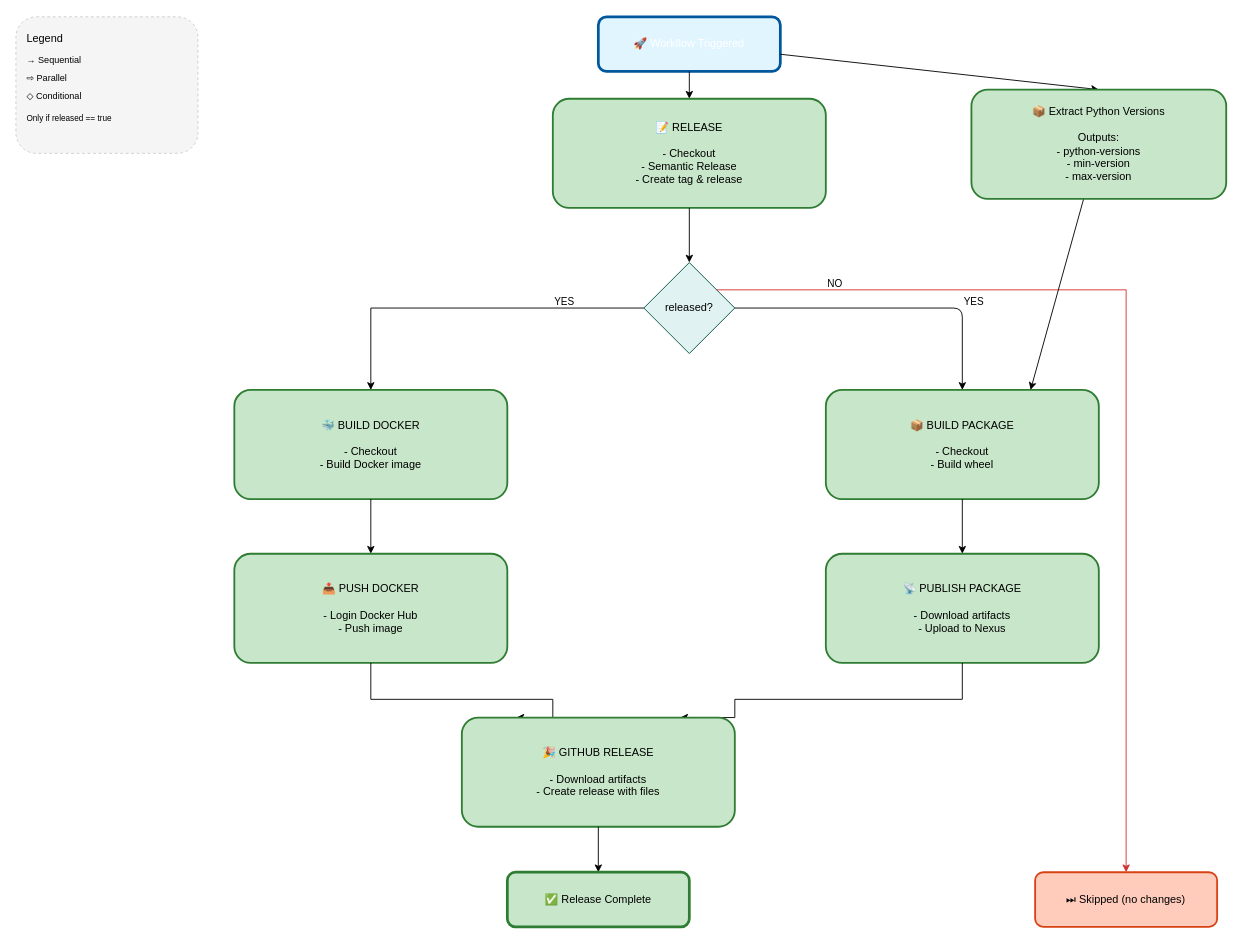
m4nh/shared-cicd keeps this draw.io diagram as .github/workflows/RELEASE-WORKFLOW.drawio. Above is the earlier version. Source tidied: cells renumbered, new cells numbered last; positions are measured from the earlier drawing's top-left corner, leaving out a move shared by most shapes. Both pictures are drawn from the tidied source at 91%, with x=0, y=0 at pixel (15, 16).
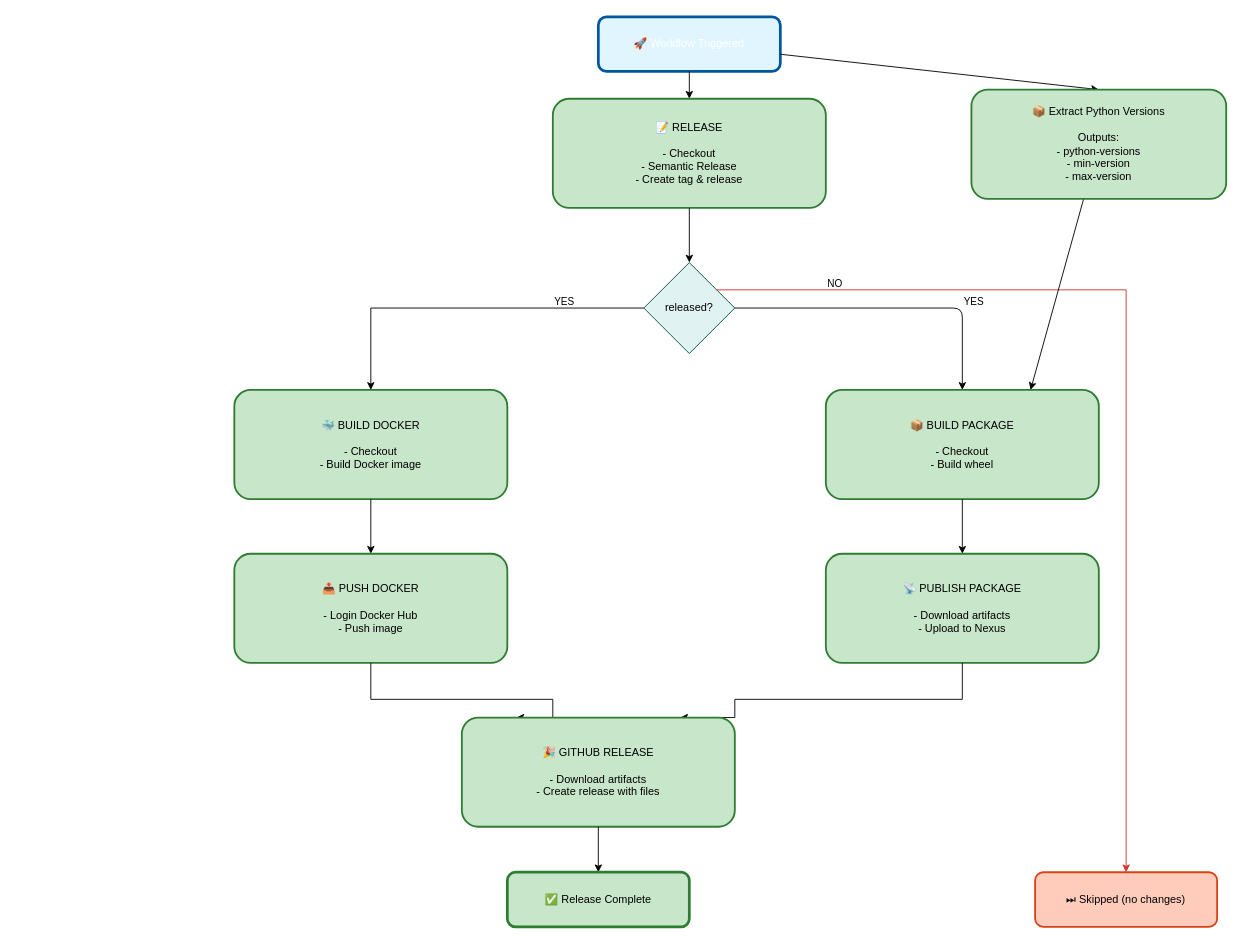
The same page after the edit.

The edit, as a diff of the source:
```diff
@@
-    <mxCell id="26" style="rounded=1;whiteSpace=wrap;html=1;fillColor=#f5f5f5;strokeColor=#cccccc;dashed=1;fontSize=10;" parent="1" vertex="1">
-      <mxGeometry width="200" height="150" as="geometry" />
-    </mxCell>
-    <mxCell id="27" value="Legend" style="text;html=1;fontSize=12;fontStyle=bold;fillColor=none;strokeColor=none;" parent="1" vertex="1">
-      <mxGeometry x="10" y="10" width="180" height="20" as="geometry" />
-    </mxCell>
-    <mxCell id="28" value="→ Sequential" style="text;html=1;fontSize=10;fillColor=none;strokeColor=none;" parent="1" vertex="1">
-      <mxGeometry x="10" y="35" width="180" height="20" as="geometry" />
-    </mxCell>
-    <mxCell id="29" value="⇨ Parallel" style="text;html=1;fontSize=10;fillColor=none;strokeColor=none;" parent="1" vertex="1">
-      <mxGeometry x="10" y="55" width="180" height="20" as="geometry" />
-    </mxCell>
-    <mxCell id="30" value="◇ Conditional" style="text;html=1;fontSize=10;fillColor=none;strokeColor=none;" parent="1" vertex="1">
-      <mxGeometry x="10" y="75" width="180" height="20" as="geometry" />
-    </mxCell>
-    <mxCell id="31" value="Only if released == true" style="text;html=1;fontSize=9;fillColor=none;strokeColor=none;fontStyle=italic;" parent="1" vertex="1">
-      <mxGeometry x="10" y="100" width="180" height="20" as="geometry" />
-    </mxCell>
```
